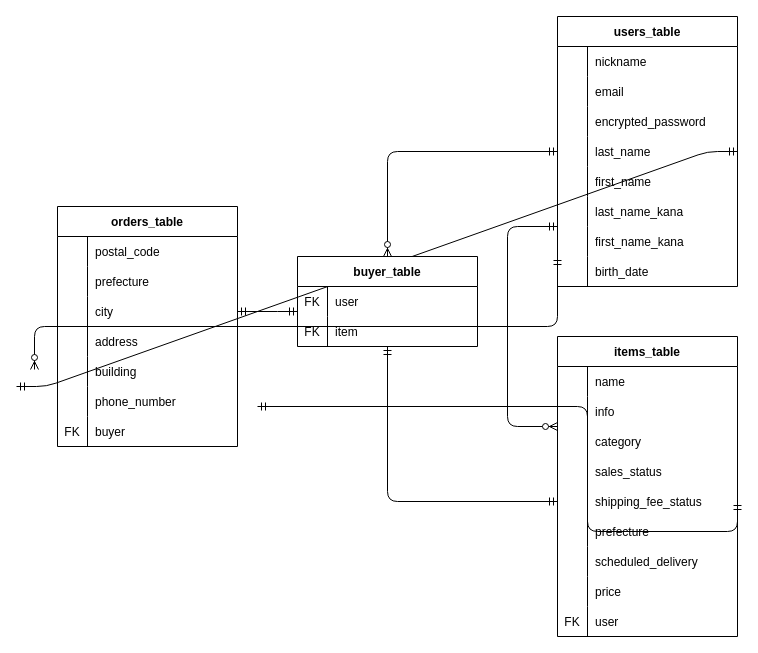
Before: entity_relation_table.dio in Tac-O-Lanthan/furima-33053, a draw.io diagram. Source tidied: cells renumbered, new cells numbered last; positions are measured from the earlier drawing's top-left corner, leaving out a move shared by most shapes. Both pictures are drawn from the tidied source at 100%, with x=0, y=0 at pixel (16, 16).
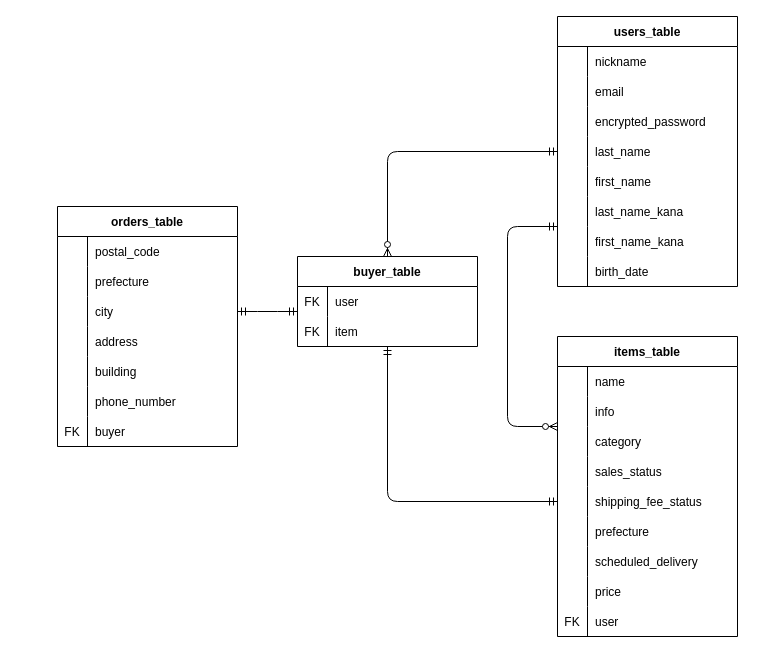
After the change.

Commit message:
ロボコップでずれたER図の修正

Unchanged cells that the change refers to:
```xml
<mxCell id="12" style="shape=partialRectangle;fillColor=none;top=0;left=0;bottom=0;right=0;points=[[0,0.5],[1,0.5]];portConstraint=eastwest;" parent="2" vertex="1">
  <mxGeometry y="120" width="180" height="30" as="geometry" />
</mxCell>
<mxCell id="24" style="shape=partialRectangle;fillColor=none;top=0;left=0;bottom=0;right=0;points=[[0,0.5],[1,0.5]];portConstraint=eastwest;" parent="2" vertex="1">
  <mxGeometry y="240" width="180" height="30" as="geometry" />
</mxCell>
<mxCell id="40" style="shape=partialRectangle;fillColor=none;top=0;left=0;bottom=0;right=0;points=[[0,0.5],[1,0.5]];portConstraint=eastwest;" parent="27" vertex="1">
  <mxGeometry y="150" width="180" height="30" as="geometry" />
</mxCell>
```

The edit, as a diff of the source:
```diff
@@
-    <mxCell id="77" style="edgeStyle=elbowEdgeStyle;fontSize=12;html=1;endArrow=ERzeroToMany;startArrow=ERmandOne;exitX=0;exitY=0;exitDx=0;exitDy=0;entryX=0;entryY=1;entryDx=0;entryDy=0;elbow=vertical;exitPerimeter=0;entryPerimeter=0;" parent="1" edge="1" source="24">
-      <mxGeometry relative="1" as="geometry">
-        <mxPoint x="18" y="353" as="targetPoint" />
-        <Array as="points">
-          <mxPoint x="501" y="310" />
-        </Array>
-      </mxGeometry>
-    </mxCell>
-    <mxCell id="78" style="edgeStyle=orthogonalEdgeStyle;fontSize=12;html=1;endArrow=ERmandOne;startArrow=ERmandOne;exitX=1;exitY=0.5;exitDx=0;exitDy=0;entryX=0.5;entryY=1.033;entryDx=0;entryDy=0;entryPerimeter=0;elbow=vertical;" parent="1" edge="1" source="40">
-      <mxGeometry relative="1" as="geometry">
-        <mxPoint x="241" y="390" as="targetPoint" />
-        <Array as="points">
-          <mxPoint x="571" y="515" />
-        </Array>
-      </mxGeometry>
-    </mxCell>
-    <mxCell id="79" style="edgeStyle=entityRelationEdgeStyle;fontSize=12;html=1;endArrow=ERmandOne;startArrow=ERmandOne;exitX=0;exitY=0.5;exitDx=0;exitDy=0;entryX=1;entryY=0.5;entryDx=0;entryDy=0;" parent="1" edge="1" target="12">
-      <mxGeometry relative="1" as="geometry">
-        <mxPoint y="370" as="sourcePoint" />
-      </mxGeometry>
-    </mxCell>
```
